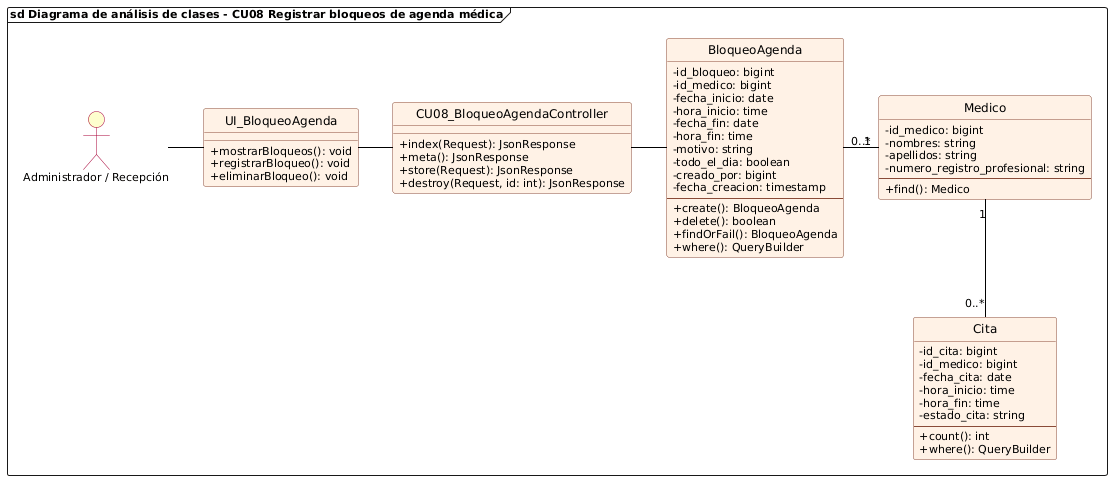
Before: diagramas/cu08_analisis_bloqueos_agenda.png, a diagram exported from PlantUML (DiogoMars777/CITAS_MEDICAS).
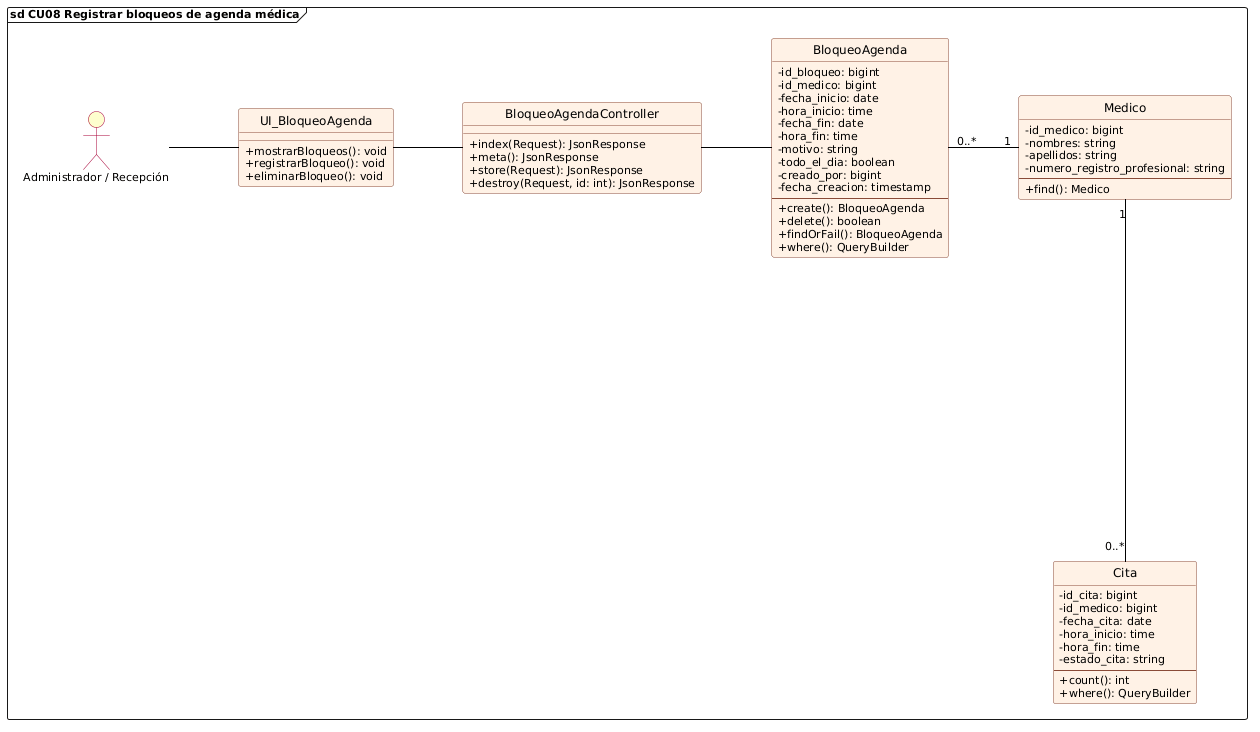
After the change.

What changed in the source:
```diff
@@ -1,6 +1,9 @@
 @startuml cu08_analisis_bloqueos_agenda
 allowmixing
 
+skinparam linetype ortho
+skinparam nodesep 70
+skinparam ranksep 60
 skinparam backgroundColor white
 skinparam defaultFontName "Segoe UI"
 skinparam defaultFontSize 11
@@ -21,7 +24,7 @@
     BorderColor #A80036
 }
 
-frame "sd Diagrama de análisis de clases - CU08 Registrar bloqueos de agenda médica" {
+frame "sd CU08 Registrar bloqueos de agenda médica" {
     actor "Administrador / Recepción" as Admin
 
     class UI_BloqueoAgenda {
@@ -30,7 +33,7 @@
         + eliminarBloqueo(): void
     }
 
-    class CU08_BloqueoAgendaController {
+    class BloqueoAgendaController {
         + index(Request): JsonResponse
         + meta(): JsonResponse
         + store(Request): JsonResponse
@@ -77,10 +80,10 @@
     }
 
     Admin -right- UI_BloqueoAgenda
-    UI_BloqueoAgenda -right- CU08_BloqueoAgendaController
-    CU08_BloqueoAgendaController -right- BloqueoAgenda
+    UI_BloqueoAgenda -right- BloqueoAgendaController
+    BloqueoAgendaController -right- BloqueoAgenda
 
-    BloqueoAgenda "0..*" -right- "1" Medico
-    Medico "1" -down- "0..*" Cita
+    BloqueoAgenda "0..*" ---right--- "1" Medico
+    Medico "1" ---down--- "0..*" Cita
 }
 @enduml
```
